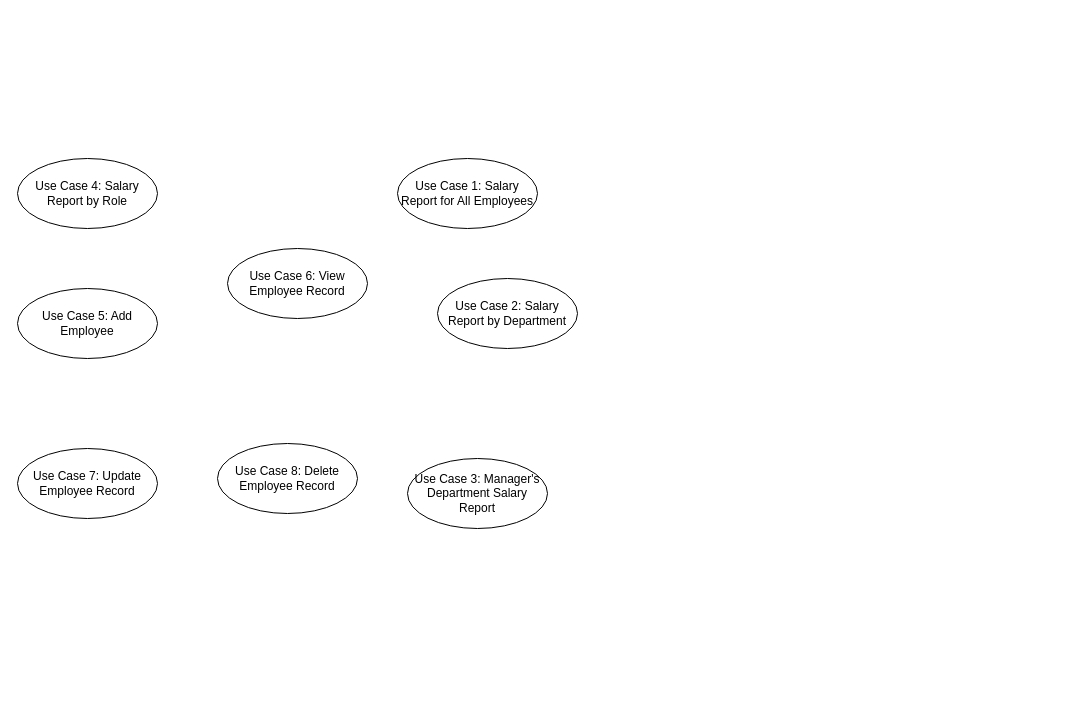
40857078/Devops keeps this draw.io diagram as UseCase_Diagram.drawio. Above is the earlier version. Source tidied: cells renumbered, new cells numbered last; positions are measured from the earlier drawing's top-left corner, leaving out a move shared by most shapes. Both pictures are drawn from the tidied source at 100%, with x=0, y=0 at pixel (17, 158).
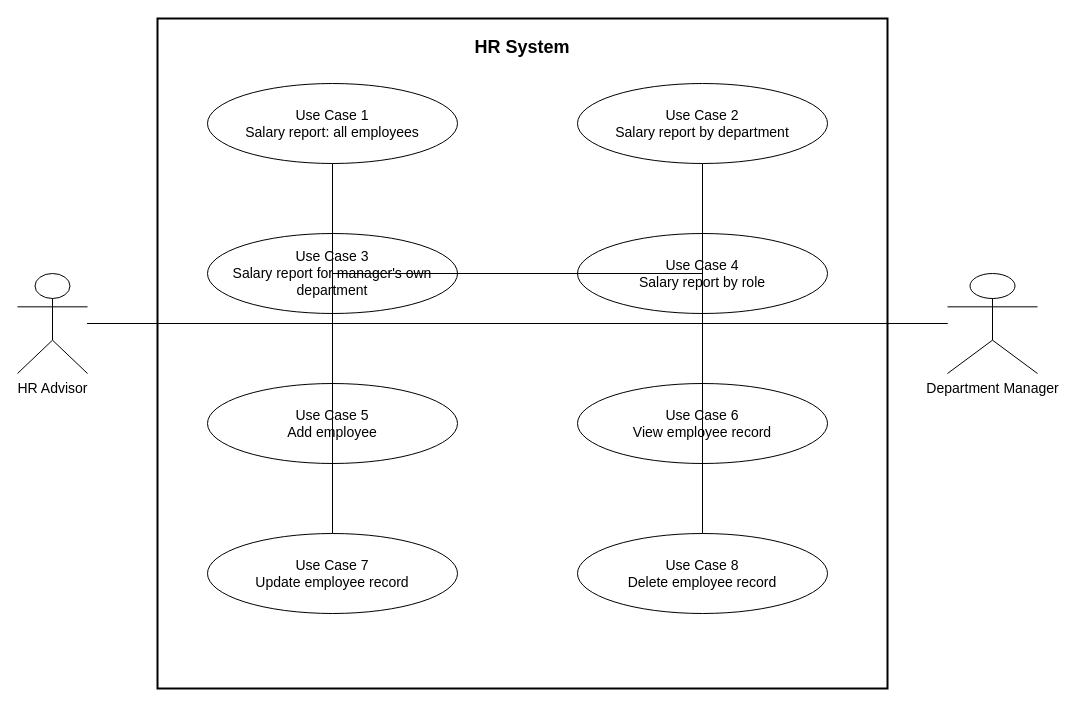
The same page after the edit.

Commit message:
Complete Lab 3b use case diagram

The edit, as a diff of the source:
```diff
@@
-    <mxCell id="2" value="Use Case 6: View Employee Record" style="ellipse;whiteSpace=wrap;html=1;" parent="1" vertex="1">
-      <mxGeometry x="210" y="90" width="140" height="70" as="geometry" />
-    </mxCell>
-    <mxCell id="3" value="Use Case 1: Salary Report for All Employees" style="ellipse;whiteSpace=wrap;html=1;" parent="1" vertex="1">
-      <mxGeometry x="380" width="140" height="70" as="geometry" />
-    </mxCell>
-    <mxCell id="4" value="Use Case 2: Salary Report by Department" style="ellipse;whiteSpace=wrap;html=1;" parent="1" vertex="1">
-      <mxGeometry x="420" y="120" width="140" height="70" as="geometry" />
-    </mxCell>
-    <mxCell id="5" value="Use Case 3: Manager's Department Salary Report" style="ellipse;whiteSpace=wrap;html=1;" parent="1" vertex="1">
-      <mxGeometry x="390" y="300" width="140" height="70" as="geometry" />
-    </mxCell>
-    <mxCell id="6" value="Use Case 4: Salary Report by Role" style="ellipse;whiteSpace=wrap;html=1;" parent="1" vertex="1">
-      <mxGeometry width="140" height="70" as="geometry" />
-    </mxCell>
-    <mxCell id="7" value="Use Case 5: Add Employee" style="ellipse;whiteSpace=wrap;html=1;" parent="1" vertex="1">
-      <mxGeometry y="130" width="140" height="70" as="geometry" />
-    </mxCell>
-    <mxCell id="8" value="Use Case 7: Update Employee Record" style="ellipse;whiteSpace=wrap;html=1;" parent="1" vertex="1">
-      <mxGeometry y="290" width="140" height="70" as="geometry" />
-    </mxCell>
-    <mxCell id="9" value="Use Case 8: Delete Employee Record" style="ellipse;whiteSpace=wrap;html=1;" parent="1" vertex="1">
-      <mxGeometry x="200" y="285" width="140" height="70" as="geometry" />
-    </mxCell>
+    <mxCell id="10" value="HR System" style="rounded=0;whiteSpace=wrap;html=1;fillColor=none;strokeWidth=2;verticalAlign=top;spacingTop=12;fontStyle=1;fontSize=18;" parent="1" vertex="1">
+      <mxGeometry x="140" y="-140" width="730" height="670" as="geometry" />
+    </mxCell>
+    <mxCell id="11" value="HR Advisor" style="shape=umlActor;verticalLabelPosition=bottom;verticalAlign=top;html=1;outlineConnect=0;fontSize=14;" parent="1" vertex="1">
+      <mxGeometry y="115" width="70" height="100" as="geometry" />
+    </mxCell>
+    <mxCell id="12" value="Department Manager" style="shape=umlActor;verticalLabelPosition=bottom;verticalAlign=top;html=1;outlineConnect=0;fontSize=14;" parent="1" vertex="1">
+      <mxGeometry x="930" y="115" width="90" height="100" as="geometry" />
+    </mxCell>
+    <mxCell id="13" value="Use Case 1&lt;br&gt;Salary report: all employees" style="ellipse;whiteSpace=wrap;html=1;fontSize=14;" parent="1" vertex="1">
+      <mxGeometry x="190" y="-75" width="250" height="80" as="geometry" />
+    </mxCell>
+    <mxCell id="14" value="Use Case 2&lt;br&gt;Salary report by department" style="ellipse;whiteSpace=wrap;html=1;fontSize=14;" parent="1" vertex="1">
+      <mxGeometry x="560" y="-75" width="250" height="80" as="geometry" />
+    </mxCell>
+    <mxCell id="15" value="Use Case 3&lt;br&gt;Salary report for manager's own department" style="ellipse;whiteSpace=wrap;html=1;fontSize=14;" parent="1" vertex="1">
+      <mxGeometry x="190" y="75" width="250" height="80" as="geometry" />
+    </mxCell>
+    <mxCell id="16" value="Use Case 4&lt;br&gt;Salary report by role" style="ellipse;whiteSpace=wrap;html=1;fontSize=14;" parent="1" vertex="1">
+      <mxGeometry x="560" y="75" width="250" height="80" as="geometry" />
+    </mxCell>
+    <mxCell id="17" value="Use Case 5&lt;br&gt;Add employee" style="ellipse;whiteSpace=wrap;html=1;fontSize=14;" parent="1" vertex="1">
+      <mxGeometry x="190" y="225" width="250" height="80" as="geometry" />
+    </mxCell>
+    <mxCell id="18" value="Use Case 6&lt;br&gt;View employee record" style="ellipse;whiteSpace=wrap;html=1;fontSize=14;" parent="1" vertex="1">
+      <mxGeometry x="560" y="225" width="250" height="80" as="geometry" />
+    </mxCell>
+    <mxCell id="19" value="Use Case 7&lt;br&gt;Update employee record" style="ellipse;whiteSpace=wrap;html=1;fontSize=14;" parent="1" vertex="1">
+      <mxGeometry x="190" y="375" width="250" height="80" as="geometry" />
+    </mxCell>
+    <mxCell id="20" value="Use Case 8&lt;br&gt;Delete employee record" style="ellipse;whiteSpace=wrap;html=1;fontSize=14;" parent="1" vertex="1">
+      <mxGeometry x="560" y="375" width="250" height="80" as="geometry" />
+    </mxCell>
+    <mxCell id="21" style="edgeStyle=orthogonalEdgeStyle;rounded=0;html=1;endArrow=none;" parent="1" edge="1" source="11" target="13">
+      <mxGeometry relative="1" as="geometry" />
+    </mxCell>
+    <mxCell id="22" style="edgeStyle=orthogonalEdgeStyle;rounded=0;html=1;endArrow=none;" parent="1" edge="1" source="11" target="14">
+      <mxGeometry relative="1" as="geometry" />
+    </mxCell>
+    <mxCell id="23" style="edgeStyle=orthogonalEdgeStyle;rounded=0;html=1;endArrow=none;" parent="1" edge="1" source="12" target="15">
+      <mxGeometry relative="1" as="geometry" />
+    </mxCell>
+    <mxCell id="24" style="edgeStyle=orthogonalEdgeStyle;rounded=0;html=1;endArrow=none;" parent="1" edge="1" source="11" target="16">
+      <mxGeometry relative="1" as="geometry" />
+    </mxCell>
+    <mxCell id="25" style="edgeStyle=orthogonalEdgeStyle;rounded=0;html=1;endArrow=none;" parent="1" edge="1" source="11" target="17">
+      <mxGeometry relative="1" as="geometry" />
+    </mxCell>
+    <mxCell id="26" style="edgeStyle=orthogonalEdgeStyle;rounded=0;html=1;endArrow=none;" parent="1" edge="1" source="11" target="18">
+      <mxGeometry relative="1" as="geometry" />
+    </mxCell>
+    <mxCell id="27" style="edgeStyle=orthogonalEdgeStyle;rounded=0;html=1;endArrow=none;" parent="1" edge="1" source="12" target="18">
+      <mxGeometry relative="1" as="geometry" />
+    </mxCell>
+    <mxCell id="28" style="edgeStyle=orthogonalEdgeStyle;rounded=0;html=1;endArrow=none;" parent="1" edge="1" source="11" target="19">
+      <mxGeometry relative="1" as="geometry" />
+    </mxCell>
+    <mxCell id="29" style="edgeStyle=orthogonalEdgeStyle;rounded=0;html=1;endArrow=none;" parent="1" edge="1" source="11" target="20">
+      <mxGeometry relative="1" as="geometry" />
+    </mxCell>
```
